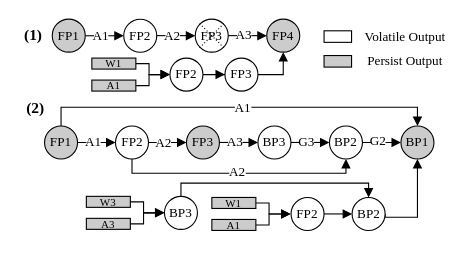
icszhr/NCheck keeps this draw.io diagram as fig/recovery.drawio. Above is the earlier version. Source tidied: cells renumbered, new cells numbered last; positions are measured from the earlier drawing's top-left corner, leaving out a move shared by most shapes. Both pictures are drawn from the tidied source at 110%, with x=0, y=0 at pixel (19, 19).
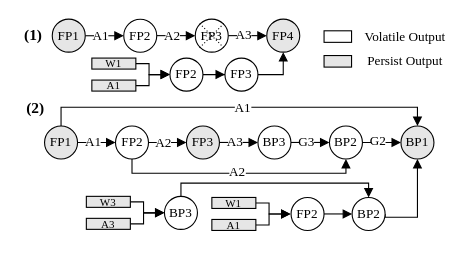
The same page after the edit.

What changed in the source:
```diff
@@
-    <mxCell id="5" value="&lt;p style=&quot;line-height: 100%;&quot;&gt;&lt;font style=&quot;font-size: 10px;&quot;&gt;W1&lt;/font&gt;&lt;/p&gt;" style="rounded=0;whiteSpace=wrap;html=1;align=center;fillColor=#CCCCCC;strokeColor=#000000;fontFamily=Times New Roman;" parent="1" vertex="1">
+    <mxCell id="5" value="&lt;p style=&quot;line-height: 100%;&quot;&gt;&lt;font style=&quot;font-size: 10px;&quot;&gt;W1&lt;/font&gt;&lt;/p&gt;" style="rounded=0;whiteSpace=wrap;html=1;align=center;fillColor=#E6E6E6;strokeColor=#000000;fontFamily=Times New Roman;" parent="1" vertex="1">
       <mxGeometry x="66" y="35.3" width="40" height="10" as="geometry" />
     </mxCell>
@@
-    <mxCell id="7" value="&lt;p style=&quot;line-height: 100%;&quot;&gt;&lt;font style=&quot;font-size: 10px;&quot;&gt;A1&lt;/font&gt;&lt;/p&gt;" style="rounded=0;whiteSpace=wrap;html=1;fillColor=#CCCCCC;strokeColor=#000000;fontFamily=Times New Roman;" parent="1" vertex="1">
+    <mxCell id="7" value="&lt;p style=&quot;line-height: 100%;&quot;&gt;&lt;font style=&quot;font-size: 10px;&quot;&gt;A1&lt;/font&gt;&lt;/p&gt;" style="rounded=0;whiteSpace=wrap;html=1;fillColor=#E6E6E6;strokeColor=#000000;fontFamily=Times New Roman;" parent="1" vertex="1">
       <mxGeometry x="66" y="55.3" width="40" height="10" as="geometry" />
     </mxCell>
@@
-    <mxCell id="9" value="FP1" style="ellipse;whiteSpace=wrap;html=1;fillColor=#CCCCCC;strokeColor=#000000;fontFamily=Times New Roman;" parent="1" vertex="1">
+    <mxCell id="9" value="FP1" style="ellipse;whiteSpace=wrap;html=1;fillColor=#E6E6E6;strokeColor=#000000;fontFamily=Times New Roman;" parent="1" vertex="1">
       <mxGeometry x="23" y="97" width="30" height="30" as="geometry" />
     </mxCell>
@@
-    <mxCell id="15" value="FP3" style="ellipse;whiteSpace=wrap;html=1;fillColor=#CCCCCC;strokeColor=#000000;fontFamily=Times New Roman;" parent="1" vertex="1">
+    <mxCell id="15" value="FP3" style="ellipse;whiteSpace=wrap;html=1;fillColor=#E6E6E6;strokeColor=#000000;fontFamily=Times New Roman;" parent="1" vertex="1">
       <mxGeometry x="152" y="97" width="30" height="30" as="geometry" />
     </mxCell>
@@
-    <mxCell id="21" value="&lt;p style=&quot;line-height: 100%;&quot;&gt;&lt;font style=&quot;font-size: 10px;&quot;&gt;W3&lt;/font&gt;&lt;/p&gt;" style="rounded=0;whiteSpace=wrap;html=1;fillColor=#CCCCCC;strokeColor=#000000;fontFamily=Times New Roman;" parent="1" vertex="1">
+    <mxCell id="21" value="&lt;p style=&quot;line-height: 100%;&quot;&gt;&lt;font style=&quot;font-size: 10px;&quot;&gt;W3&lt;/font&gt;&lt;/p&gt;" style="rounded=0;whiteSpace=wrap;html=1;fillColor=#E6E6E6;strokeColor=#000000;fontFamily=Times New Roman;" parent="1" vertex="1">
       <mxGeometry x="61" y="161" width="40" height="10" as="geometry" />
     </mxCell>
@@
-    <mxCell id="23" value="&lt;p style=&quot;line-height: 100%;&quot;&gt;&lt;font style=&quot;font-size: 10px;&quot;&gt;A3&lt;/font&gt;&lt;/p&gt;" style="rounded=0;whiteSpace=wrap;html=1;fillColor=#CCCCCC;strokeColor=#000000;fontFamily=Times New Roman;" parent="1" vertex="1">
+    <mxCell id="23" value="&lt;p style=&quot;line-height: 100%;&quot;&gt;&lt;font style=&quot;font-size: 10px;&quot;&gt;A3&lt;/font&gt;&lt;/p&gt;" style="rounded=0;whiteSpace=wrap;html=1;fillColor=#E6E6E6;strokeColor=#000000;fontFamily=Times New Roman;" parent="1" vertex="1">
       <mxGeometry x="61" y="181" width="40" height="10" as="geometry" />
     </mxCell>
@@
-    <mxCell id="30" value="BP1" style="ellipse;whiteSpace=wrap;html=1;fillColor=#CCCCCC;strokeColor=#000000;fontFamily=Times New Roman;" parent="1" vertex="1">
+    <mxCell id="30" value="BP1" style="ellipse;whiteSpace=wrap;html=1;fillColor=#E6E6E6;strokeColor=#000000;fontFamily=Times New Roman;" parent="1" vertex="1">
       <mxGeometry x="347" y="97" width="30" height="30" as="geometry" />
     </mxCell>
@@
-    <mxCell id="35" value="&lt;p style=&quot;line-height: 100%;&quot;&gt;&lt;font style=&quot;font-size: 10px;&quot;&gt;W1&lt;/font&gt;&lt;/p&gt;" style="rounded=0;whiteSpace=wrap;html=1;fillColor=#CCCCCC;strokeColor=#000000;fontFamily=Times New Roman;" parent="1" vertex="1">
+    <mxCell id="35" value="&lt;p style=&quot;line-height: 100%;&quot;&gt;&lt;font style=&quot;font-size: 10px;&quot;&gt;W1&lt;/font&gt;&lt;/p&gt;" style="rounded=0;whiteSpace=wrap;html=1;fillColor=#E6E6E6;strokeColor=#000000;fontFamily=Times New Roman;" parent="1" vertex="1">
       <mxGeometry x="175.1" y="162" width="40" height="10" as="geometry" />
     </mxCell>
@@
-    <mxCell id="37" value="&lt;p style=&quot;line-height: 100%;&quot;&gt;&lt;font style=&quot;font-size: 10px;&quot;&gt;A1&lt;/font&gt;&lt;/p&gt;" style="rounded=0;whiteSpace=wrap;html=1;fillColor=#CCCCCC;strokeColor=#000000;fontFamily=Times New Roman;" parent="1" vertex="1">
+    <mxCell id="37" value="&lt;p style=&quot;line-height: 100%;&quot;&gt;&lt;font style=&quot;font-size: 10px;&quot;&gt;A1&lt;/font&gt;&lt;/p&gt;" style="rounded=0;whiteSpace=wrap;html=1;fillColor=#E6E6E6;strokeColor=#000000;fontFamily=Times New Roman;" parent="1" vertex="1">
       <mxGeometry x="175.1" y="182" width="40" height="10" as="geometry" />
     </mxCell>
@@
-    <mxCell id="43" style="rounded=0;whiteSpace=wrap;html=1;fillColor=#CCCCCC;strokeColor=#000000;fontFamily=Times New Roman;" parent="1" vertex="1">
+    <mxCell id="43" style="rounded=0;whiteSpace=wrap;html=1;fillColor=#E6E6E6;strokeColor=#000000;fontFamily=Times New Roman;" parent="1" vertex="1">
       <mxGeometry x="277.1" y="33" width="25" height="10.5" as="geometry" />
     </mxCell>
@@
-    <mxCell id="51" value="FP1" style="ellipse;whiteSpace=wrap;html=1;fillColor=#CCCCCC;strokeColor=#000000;fontFamily=Times New Roman;" parent="1" vertex="1">
+    <mxCell id="51" value="FP1" style="ellipse;whiteSpace=wrap;html=1;fillColor=#E6E6E6;strokeColor=#000000;fontFamily=Times New Roman;" parent="1" vertex="1">
       <mxGeometry x="30" y="-0.1" width="30" height="30" as="geometry" />
     </mxCell>
@@
-    <mxCell id="58" value="FP4" style="ellipse;whiteSpace=wrap;html=1;fillColor=#CCCCCC;strokeColor=#000000;fontFamily=Times New Roman;" parent="1" vertex="1">
+    <mxCell id="58" value="FP4" style="ellipse;whiteSpace=wrap;html=1;fillColor=#E6E6E6;strokeColor=#000000;fontFamily=Times New Roman;" parent="1" vertex="1">
       <mxGeometry x="225" y="-0.1" width="30" height="30" as="geometry" />
     </mxCell>
```
